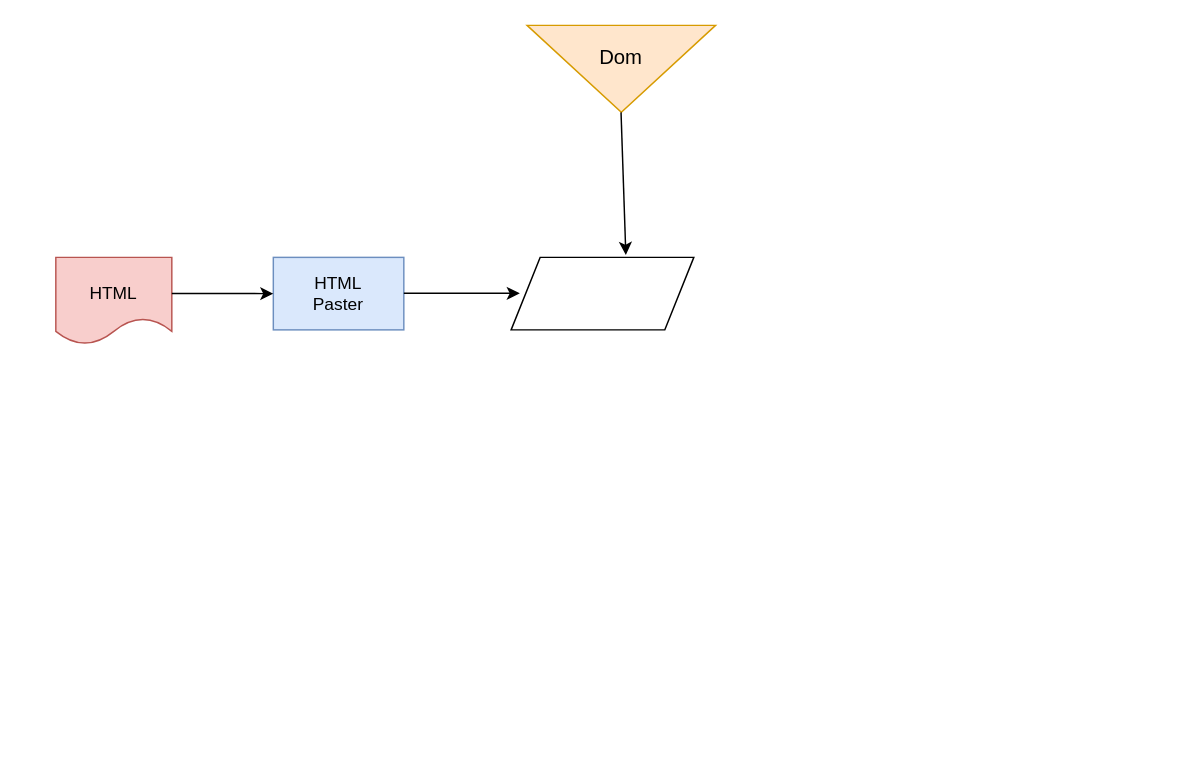
Earlier version of the draw.io diagram UMLetDraw.drawio (Yaozongbin0828/UMLetDraw). Source tidied: cells renumbered, new cells numbered last; positions are measured from the earlier drawing's top-left corner, leaving out a move shared by most shapes. Both pictures are drawn from the tidied source at 145%, with x=0, y=0 at pixel (55, -26).
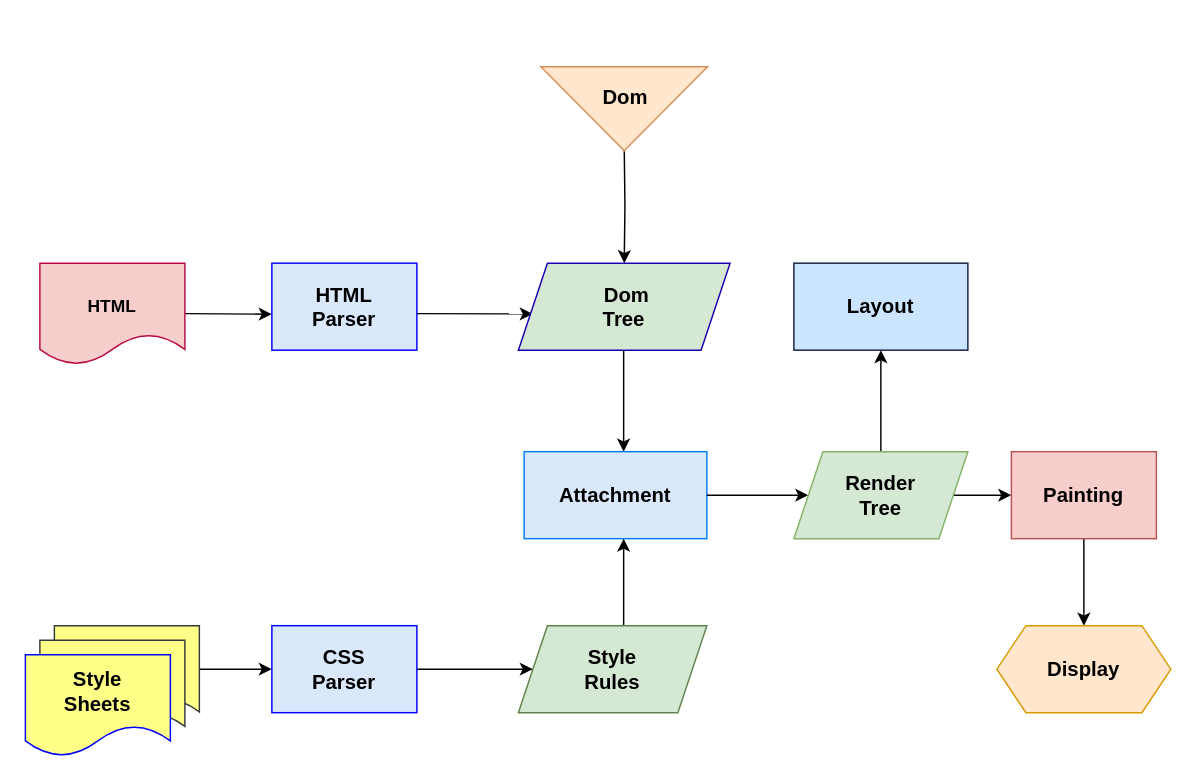
The same diagram, later.

Diff of the diagram source:
```diff
@@
-<mxGraphModel>
+<mxGraphModel background="#FFFFFF">
@@
+    <mxCell id="11" style="edgeStyle=orthogonalEdgeStyle;rounded=0;jettySize=auto;html=1;curved=0;" parent="1" edge="1" target="10">
+      <mxGeometry relative="1" as="geometry">
+        <mxPoint x="392" y="119" as="sourcePoint" />
+      </mxGeometry>
+    </mxCell>
-    <mxCell id="2" style="triangle;whiteSpace=wrap;html=1;rotation=90;fillColor=#ffe6cc;strokeColor=#d79b00;" parent="1" vertex="1">
-      <mxGeometry x="360" width="60" height="130" as="geometry" />
+    <mxCell id="2" style="triangle;whiteSpace=wrap;html=1;rotation=90;fillColor=#ffe6cc;strokeColor=#D78F58;" parent="1" vertex="1">
+      <mxGeometry x="363" y="35" width="58" height="115" as="geometry" />
     </mxCell>
-    <mxCell id="3" value="&lt;font style=&quot;font-size: 14px;&quot;&gt;Dom&lt;/font&gt;&lt;div style=&quot;font-size: 14px;&quot;&gt;&lt;br&gt;&lt;/div&gt;" style="text;html=1;align=center;verticalAlign=middle;whiteSpace=wrap;rounded=0;" parent="1" vertex="1">
-      <mxGeometry x="360" y="50" width="60" height="30" as="geometry" />
+    <mxCell id="3" value="&lt;font style=&quot;font-size: 14px;&quot;&gt;&lt;b&gt;Dom&lt;/b&gt;&lt;/font&gt;&lt;div style=&quot;font-size: 14px;&quot;&gt;&lt;br&gt;&lt;/div&gt;" style="text;html=1;align=center;verticalAlign=middle;whiteSpace=wrap;rounded=0;" parent="1" vertex="1">
+      <mxGeometry x="363" y="77.5" width="60" height="30" as="geometry" />
     </mxCell>
-    <mxCell id="4" style="endArrow=classic;html=1;rounded=0;entryX=0.628;entryY=-0.033;entryDx=0;entryDy=0;entryPerimeter=0;" parent="1" edge="1" target="10">
-      <mxGeometry relative="1" as="geometry">
-        <mxPoint x="389.8" y="95" as="sourcePoint" />
-      </mxGeometry>
-    </mxCell>
-    <mxCell id="5" style="shape=document;whiteSpace=wrap;html=1;boundedLbl=1;fillColor=#f8cecc;strokeColor=#b85450;" parent="1" vertex="1">
-      <mxGeometry y="195" width="80" height="60" as="geometry" />
+    <mxCell id="5" style="shape=document;whiteSpace=wrap;html=1;boundedLbl=1;fillColor=#f8cecc;strokeColor=#B80B3F;" parent="1" vertex="1">
+      <mxGeometry x="-11" y="199" width="100" height="70" as="geometry" />
     </mxCell>
-    <mxCell id="6" value="HTML" style="text;html=1;align=center;verticalAlign=middle;whiteSpace=wrap;rounded=0;" parent="1" vertex="1">
-      <mxGeometry x="10" y="205" width="60" height="30" as="geometry" />
+    <mxCell id="6" value="&lt;b&gt;HTML&lt;/b&gt;" style="text;html=1;align=center;verticalAlign=middle;whiteSpace=wrap;rounded=0;" parent="1" vertex="1">
+      <mxGeometry x="-1" y="214" width="80" height="30" as="geometry" />
     </mxCell>
-    <mxCell id="7" value="HTML&lt;div&gt;Paster&lt;/div&gt;" style="rounded=0;whiteSpace=wrap;html=1;fillColor=#dae8fc;strokeColor=#6c8ebf;" parent="1" vertex="1">
-      <mxGeometry x="150" y="195" width="90" height="50" as="geometry" />
+    <mxCell id="7" value="&lt;b style=&quot;font-size: 14px;&quot;&gt;&lt;font style=&quot;font-size: 14px;&quot;&gt;HTML&lt;/font&gt;&lt;/b&gt;&lt;div style=&quot;font-size: 14px;&quot;&gt;&lt;b style=&quot;&quot;&gt;&lt;font style=&quot;font-size: 14px;&quot;&gt;Parser&lt;/font&gt;&lt;/b&gt;&lt;/div&gt;" style="rounded=0;whiteSpace=wrap;html=1;fillColor=#dae8fc;strokeColor=#0000FF;" parent="1" vertex="1">
+      <mxGeometry x="149" y="199" width="100" height="60" as="geometry" />
     </mxCell>
-    <mxCell id="8" style="endArrow=classic;html=1;rounded=0;entryX=0;entryY=0.5;entryDx=0;entryDy=0;" parent="1" edge="1" target="7">
+    <mxCell id="8" style="endArrow=classic;html=1;rounded=0;entryX=0;entryY=0.5;entryDx=0;entryDy=0;exitX=1.004;exitY=0.423;exitDx=0;exitDy=0;exitPerimeter=0;" parent="1" edge="1">
       <mxGeometry relative="1" as="geometry">
-        <mxPoint x="80" y="219.9" as="sourcePoint" />
+        <mxPoint x="89.4" y="233.8" as="sourcePoint" />
+        <mxPoint x="149" y="234.2" as="targetPoint" />
       </mxGeometry>
     </mxCell>
     <mxCell id="9" style="endArrow=classic;html=1;rounded=0;" parent="1" edge="1">
       <mxGeometry relative="1" as="geometry">
-        <mxPoint x="240" y="219.8" as="sourcePoint" />
-        <mxPoint x="320" y="219.8" as="targetPoint" />
+        <mxPoint x="249" y="233.8" as="sourcePoint" />
+        <mxPoint x="329" y="234" as="targetPoint" />
       </mxGeometry>
     </mxCell>
-    <mxCell id="10" style="shape=parallelogram;perimeter=parallelogramPerimeter;whiteSpace=wrap;html=1;fixedSize=1;" parent="1" vertex="1">
-      <mxGeometry x="314" y="195" width="126" height="50" as="geometry" />
+    <mxCell id="10" value="&lt;font style=&quot;font-size: 14px;&quot;&gt;&lt;b&gt;&amp;nbsp; Dom&amp;nbsp;&lt;/b&gt;&lt;/font&gt;&lt;div&gt;&lt;span style=&quot;font-size: 14px; background-color: initial;&quot;&gt;&lt;b&gt;Tree&lt;/b&gt;&lt;/span&gt;&lt;/div&gt;" style="shape=parallelogram;perimeter=parallelogramPerimeter;whiteSpace=wrap;html=1;fixedSize=1;fillColor=#d5e8d4;strokeColor=#1800B3;" parent="1" vertex="1">
+      <mxGeometry x="319" y="199" width="146" height="60" as="geometry" />
     </mxCell>
+    <mxCell id="12" style="endArrow=classic;html=1;rounded=0;" parent="1" edge="1">
+      <mxGeometry relative="1" as="geometry">
+        <mxPoint x="391.6" y="259" as="sourcePoint" />
+        <mxPoint x="391.6" y="329" as="targetPoint" />
+      </mxGeometry>
+    </mxCell>
+    <mxCell id="13" value="&lt;font style=&quot;font-size: 14px;&quot;&gt;&lt;b&gt;Attachment&lt;/b&gt;&lt;/font&gt;" style="rounded=0;whiteSpace=wrap;html=1;fillColor=#dae8fc;strokeColor=#007FFF;" parent="1" vertex="1">
+      <mxGeometry x="323" y="329" width="126" height="60" as="geometry" />
+    </mxCell>
+    <mxCell id="14" style="endArrow=classic;html=1;rounded=0;" parent="1" edge="1">
+      <mxGeometry relative="1" as="geometry">
+        <mxPoint x="391.6" y="449" as="sourcePoint" />
+        <mxPoint x="391.6" y="389" as="targetPoint" />
+      </mxGeometry>
+    </mxCell>
+    <mxCell id="15" value="&lt;font style=&quot;font-size: 14px;&quot;&gt;&lt;b&gt;Style&lt;/b&gt;&lt;/font&gt;&lt;div style=&quot;font-size: 14px;&quot;&gt;&lt;font style=&quot;font-size: 14px;&quot;&gt;&lt;b&gt;Rules&lt;/b&gt;&lt;/font&gt;&lt;/div&gt;" style="shape=parallelogram;perimeter=parallelogramPerimeter;whiteSpace=wrap;html=1;fixedSize=1;fillColor=#d5e8d4;strokeColor=#60854C;" parent="1" vertex="1">
+      <mxGeometry x="319" y="449" width="130" height="60" as="geometry" />
+    </mxCell>
+    <mxCell id="16" style="endArrow=classic;html=1;rounded=0;entryX=0;entryY=0.5;entryDx=0;entryDy=0;" parent="1" edge="1" target="15">
+      <mxGeometry relative="1" as="geometry">
+        <mxPoint x="249" y="479" as="sourcePoint" />
+      </mxGeometry>
+    </mxCell>
+    <mxCell id="17" value="&lt;font style=&quot;font-size: 14px;&quot;&gt;&lt;b&gt;CSS&lt;/b&gt;&lt;/font&gt;&lt;div style=&quot;font-size: 14px;&quot;&gt;&lt;font style=&quot;font-size: 14px;&quot;&gt;&lt;b&gt;Parser&lt;/b&gt;&lt;/font&gt;&lt;/div&gt;" style="rounded=0;whiteSpace=wrap;html=1;fillColor=#dae8fc;strokeColor=#0000FF;" parent="1" vertex="1">
+      <mxGeometry x="149" y="449" width="100" height="60" as="geometry" />
+    </mxCell>
+    <mxCell id="18" style="edgeStyle=orthogonalEdgeStyle;rounded=0;jettySize=auto;html=1;" parent="1" edge="1" source="28" target="17">
+      <mxGeometry relative="1" as="geometry">
+        <Array as="points">
+          <mxPoint x="109" y="479" />
+          <mxPoint x="109" y="479" />
+        </Array>
+      </mxGeometry>
+    </mxCell>
+    <mxCell id="19" style="endArrow=classic;html=1;rounded=0;" parent="1" edge="1">
+      <mxGeometry relative="1" as="geometry">
+        <mxPoint x="449" y="359" as="sourcePoint" />
+        <mxPoint x="519" y="359" as="targetPoint" />
+      </mxGeometry>
+    </mxCell>
+    <mxCell id="20" style="edgeStyle=orthogonalEdgeStyle;rounded=0;jettySize=auto;html=1;" parent="1" edge="1" source="22" target="23">
+      <mxGeometry relative="1" as="geometry" />
+    </mxCell>
+    <mxCell id="21" style="edgeStyle=orthogonalEdgeStyle;rounded=0;jettySize=auto;html=1;" parent="1" edge="1" source="22" target="25">
+      <mxGeometry relative="1" as="geometry" />
+    </mxCell>
+    <mxCell id="22" value="&lt;b style=&quot;font-size: 14px;&quot;&gt;&lt;font style=&quot;font-size: 14px;&quot;&gt;Render&lt;/font&gt;&lt;/b&gt;&lt;div style=&quot;font-size: 14px;&quot;&gt;&lt;b style=&quot;&quot;&gt;&lt;font style=&quot;font-size: 14px;&quot;&gt;Tree&lt;/font&gt;&lt;/b&gt;&lt;/div&gt;" style="shape=parallelogram;perimeter=parallelogramPerimeter;whiteSpace=wrap;html=1;fixedSize=1;fillColor=#d5e8d4;strokeColor=#82b366;" parent="1" vertex="1">
+      <mxGeometry x="509" y="329" width="120" height="60" as="geometry" />
+    </mxCell>
+    <mxCell id="23" value="&lt;b&gt;&lt;font style=&quot;font-size: 14px;&quot;&gt;Layout&lt;/font&gt;&lt;/b&gt;" style="whiteSpace=wrap;html=1;fillColor=#cce5ff;strokeColor=#141F3D;" parent="1" vertex="1">
+      <mxGeometry x="509" y="199" width="120" height="60" as="geometry" />
+    </mxCell>
+    <mxCell id="24" style="edgeStyle=orthogonalEdgeStyle;rounded=0;jettySize=auto;html=1;" parent="1" edge="1" source="25" target="26">
+      <mxGeometry relative="1" as="geometry" />
+    </mxCell>
+    <mxCell id="25" value="&lt;b&gt;&lt;font style=&quot;font-size: 14px;&quot;&gt;Painting&lt;/font&gt;&lt;/b&gt;" style="whiteSpace=wrap;html=1;fillColor=#f8cecc;strokeColor=#b85450;" parent="1" vertex="1">
+      <mxGeometry x="659" y="329" width="100" height="60" as="geometry" />
+    </mxCell>
+    <mxCell id="26" value="&lt;font style=&quot;font-size: 14px;&quot;&gt;&lt;b&gt;Display&lt;/b&gt;&lt;/font&gt;" style="shape=hexagon;perimeter=hexagonPerimeter2;whiteSpace=wrap;html=1;fixedSize=1;fillColor=#ffe6cc;strokeColor=#d79b00;" parent="1" vertex="1">
+      <mxGeometry x="649" y="449" width="120" height="60" as="geometry" />
+    </mxCell>
+    <mxCell id="27" style="group;" parent="1" vertex="1">
+      <mxGeometry x="-21" y="449" width="120" height="90" as="geometry" />
+    </mxCell>
+    <mxCell id="28" style="shape=document;whiteSpace=wrap;html=1;boundedLbl=1;fillColor=#ffff88;strokeColor=#36393d;" parent="27" vertex="1">
+      <mxGeometry x="20" width="100" height="70" as="geometry" />
+    </mxCell>
+    <mxCell id="29" style="shape=document;whiteSpace=wrap;html=1;boundedLbl=1;fillColor=#ffff88;strokeColor=#36393d;" parent="27" vertex="1">
+      <mxGeometry x="10" y="10" width="100" height="70" as="geometry" />
+    </mxCell>
+    <mxCell id="30" value="&lt;font style=&quot;font-size: 14px;&quot;&gt;&lt;b&gt;Style&lt;/b&gt;&lt;/font&gt;&lt;div style=&quot;font-size: 14px;&quot;&gt;&lt;font style=&quot;font-size: 14px;&quot;&gt;&lt;b&gt;Sheets&lt;/b&gt;&lt;/font&gt;&lt;/div&gt;" style="shape=document;whiteSpace=wrap;html=1;boundedLbl=1;fillColor=#ffff88;strokeColor=#0000FF;" parent="27" vertex="1">
+      <mxGeometry y="20" width="100" height="70" as="geometry" />
+    </mxCell>
```
